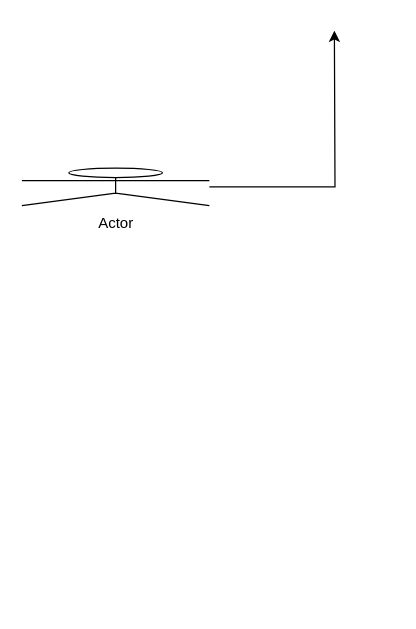
Before: MINISHELL.drawio in michi1438/MINISHELL, a draw.io diagram. Source tidied: cells renumbered, new cells numbered last; positions are measured from the earlier drawing's top-left corner, leaving out a move shared by most shapes. Both pictures are drawn from the tidied source at 125%, with x=0, y=0 at pixel (21, 30).
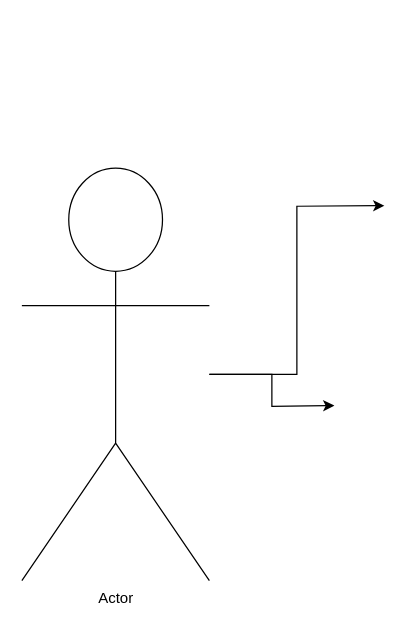
The same diagram, later.

Commit message:
Mettre à jour MINISHELL.drawio

Change to the diagram source:
```diff
@@
 <mxGraphModel>
   <root>
     <mxCell id="0" />
     <mxCell id="1" parent="0" />
+    <mxCell id="4" style="edgeStyle=orthogonalEdgeStyle;rounded=0;jettySize=auto;html=1;" parent="1" edge="1" source="3">
+      <mxGeometry relative="1" as="geometry">
+        <mxPoint x="290" y="140" as="targetPoint" />
+      </mxGeometry>
+    </mxCell>
     <mxCell id="2" style="edgeStyle=orthogonalEdgeStyle;rounded=0;jettySize=auto;html=1;" parent="1" edge="1" source="3">
       <mxGeometry relative="1" as="geometry">
-        <mxPoint x="250" as="targetPoint" />
+        <mxPoint x="250" y="300" as="targetPoint" />
       </mxGeometry>
     </mxCell>
     <mxCell id="3" value="Actor" style="shape=umlActor;verticalLabelPosition=bottom;verticalAlign=top;html=1;outlineConnect=0;" parent="1" vertex="1">
-      <mxGeometry y="110" width="150" height="30" as="geometry" />
+      <mxGeometry y="110" width="150" height="330" as="geometry" />
     </mxCell>
   </root>
 </mxGraphModel>
```
